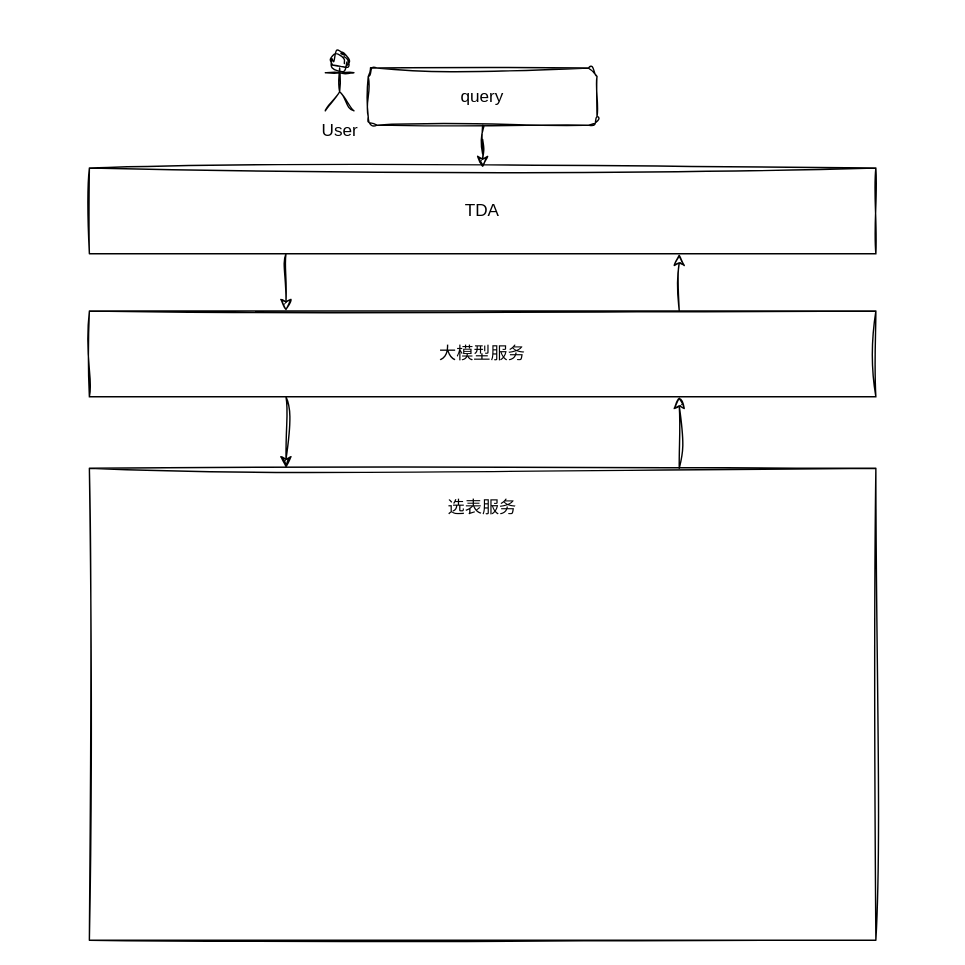
The draw.io diagram chatbi/xuanbiao.drawio in cavaljames/work-diagrams, before the edit. Source tidied: cells renumbered, new cells numbered last; positions are measured from the earlier drawing's top-left corner, leaving out a move shared by most shapes. Both pictures are drawn from the tidied source at 143%, with x=0, y=0 at pixel (89, 53).
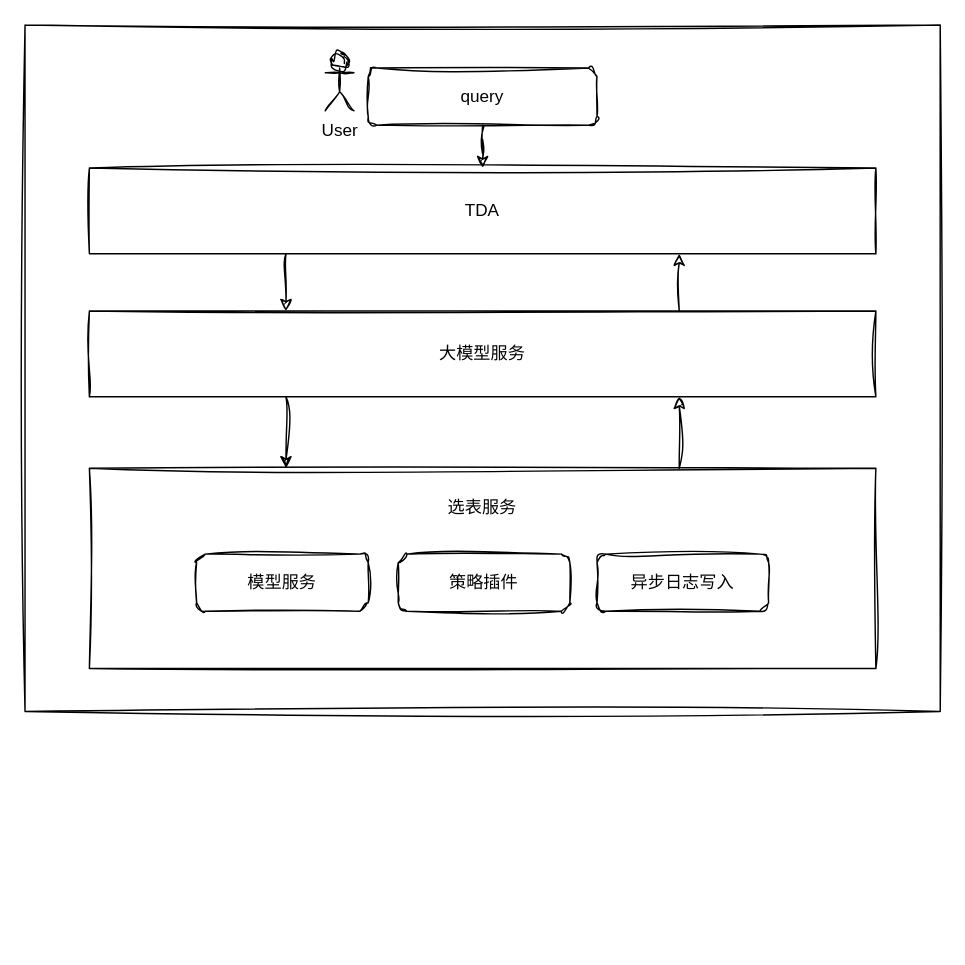
The same diagram, later.

Diff of the diagram source:
```diff
@@
 <mxGraphModel>
   <root>
     <mxCell id="0" />
     <mxCell id="1" parent="0" />
+    <mxCell id="12" style="rounded=0;whiteSpace=wrap;html=1;sketch=1;hachureGap=4;jiggle=2;curveFitting=1;" parent="1" vertex="1">
+      <mxGeometry x="-45" y="-20" width="640" height="480" as="geometry" />
+    </mxCell>
     <mxCell id="2" style="edgeStyle=orthogonalEdgeStyle;rounded=0;sketch=1;hachureGap=4;jiggle=2;curveFitting=1;jettySize=auto;html=1;exitX=0.5;exitY=1;exitDx=0;exitDy=0;" parent="1" edge="1" source="3" target="4">
       <mxGeometry relative="1" as="geometry" />
     </mxCell>
     <mxCell id="3" value="query" style="rounded=1;whiteSpace=wrap;html=1;fontSize=12;glass=0;strokeWidth=1;shadow=0;sketch=1;curveFitting=1;jiggle=2;" parent="1" vertex="1">
       <mxGeometry x="195" y="10" width="160" height="40" as="geometry" />
     </mxCell>
     <mxCell id="4" value="TDA" style="rounded=0;whiteSpace=wrap;html=1;sketch=1;hachureGap=4;jiggle=2;curveFitting=1;" parent="1" vertex="1">
       <mxGeometry y="80" width="550" height="60" as="geometry" />
     </mxCell>
     <mxCell id="5" value="大模型服务" style="rounded=0;whiteSpace=wrap;html=1;sketch=1;hachureGap=4;jiggle=2;curveFitting=1;" parent="1" vertex="1">
       <mxGeometry y="180" width="550" height="60" as="geometry" />
     </mxCell>
     <mxCell id="6" value="&lt;div&gt;&lt;br&gt;&lt;/div&gt;选表服务" style="rounded=0;whiteSpace=wrap;html=1;sketch=1;hachureGap=4;jiggle=2;curveFitting=1;align=center;glass=0;shadow=0;textShadow=0;horizontal=1;verticalAlign=top;" parent="1" vertex="1">
-      <mxGeometry y="290" width="550" height="330" as="geometry" />
+      <mxGeometry y="290" width="550" height="140" as="geometry" />
     </mxCell>
     <mxCell id="7" style="edgeStyle=orthogonalEdgeStyle;rounded=0;sketch=1;hachureGap=4;jiggle=2;curveFitting=1;jettySize=auto;html=1;exitX=0.75;exitY=0;exitDx=0;exitDy=0;entryX=0.75;entryY=1;entryDx=0;entryDy=0;" parent="1" edge="1" source="5" target="4">
       <mxGeometry relative="1" as="geometry" />
     </mxCell>
     <mxCell id="8" style="edgeStyle=orthogonalEdgeStyle;rounded=0;sketch=1;hachureGap=4;jiggle=2;curveFitting=1;jettySize=auto;html=1;exitX=0.25;exitY=1;exitDx=0;exitDy=0;entryX=0.25;entryY=0;entryDx=0;entryDy=0;" parent="1" edge="1" source="4" target="5">
       <mxGeometry relative="1" as="geometry" />
     </mxCell>
     <mxCell id="9" style="edgeStyle=orthogonalEdgeStyle;rounded=0;sketch=1;hachureGap=4;jiggle=2;curveFitting=1;jettySize=auto;html=1;exitX=0.75;exitY=0;exitDx=0;exitDy=0;entryX=0.75;entryY=1;entryDx=0;entryDy=0;" parent="1" edge="1" source="6" target="5">
       <mxGeometry relative="1" as="geometry" />
     </mxCell>
     <mxCell id="10" style="edgeStyle=orthogonalEdgeStyle;rounded=0;sketch=1;hachureGap=4;jiggle=2;curveFitting=1;jettySize=auto;html=1;exitX=0.25;exitY=1;exitDx=0;exitDy=0;entryX=0.25;entryY=0;entryDx=0;entryDy=0;" parent="1" edge="1" source="5" target="6">
       <mxGeometry relative="1" as="geometry" />
     </mxCell>
     <mxCell id="11" value="User" style="shape=umlActor;verticalLabelPosition=bottom;verticalAlign=top;html=1;sketch=1;hachureGap=4;jiggle=2;curveFitting=1;" parent="1" vertex="1">
       <mxGeometry x="165" width="20" height="40" as="geometry" />
     </mxCell>
+    <mxCell id="13" value="模型服务" style="rounded=1;whiteSpace=wrap;html=1;sketch=1;hachureGap=4;jiggle=2;curveFitting=1;" parent="1" vertex="1">
+      <mxGeometry x="75" y="350" width="120" height="40" as="geometry" />
+    </mxCell>
+    <mxCell id="14" value="策略插件" style="rounded=1;whiteSpace=wrap;html=1;sketch=1;hachureGap=4;jiggle=2;curveFitting=1;" parent="1" vertex="1">
+      <mxGeometry x="216" y="350" width="120" height="40" as="geometry" />
+    </mxCell>
+    <mxCell id="15" value="异步日志写入" style="rounded=1;whiteSpace=wrap;html=1;sketch=1;hachureGap=4;jiggle=2;curveFitting=1;" parent="1" vertex="1">
+      <mxGeometry x="355" y="350" width="120" height="40" as="geometry" />
+    </mxCell>
   </root>
 </mxGraphModel>
```
